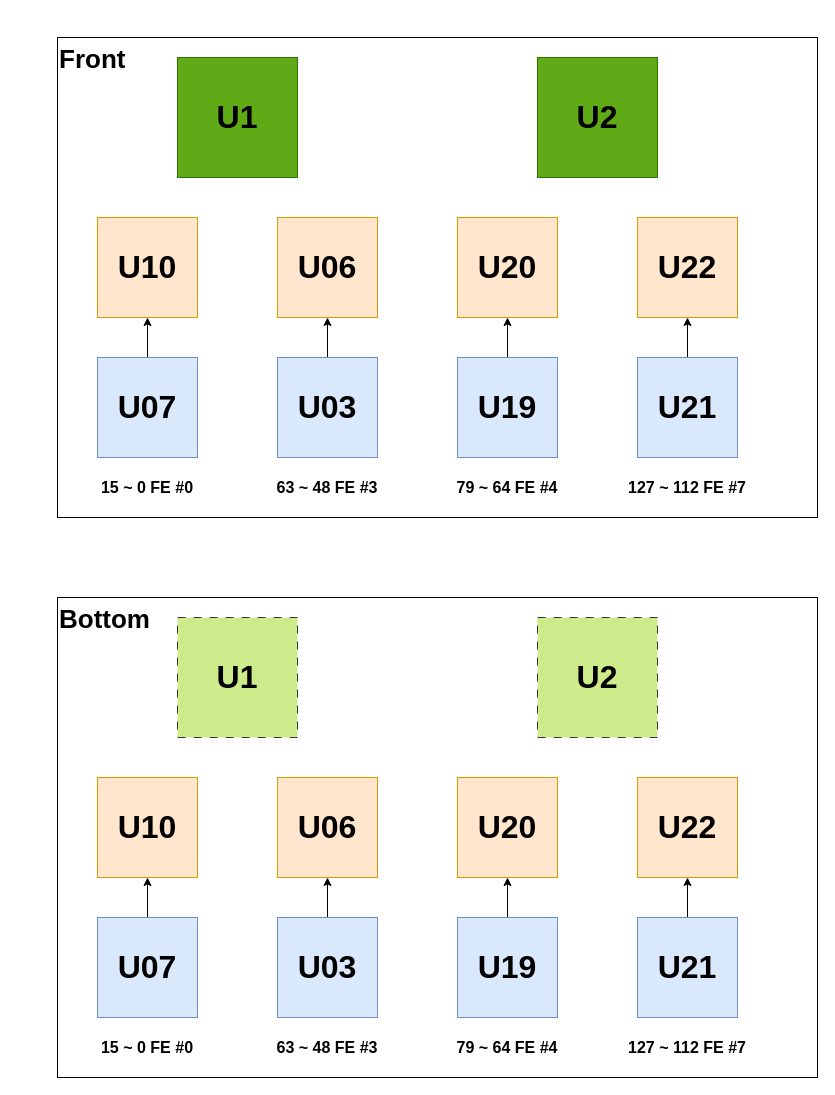
The draw.io diagram CE_Mapping.drawio in lkebnl/Draw_IO, before the edit. Source tidied: cells renumbered, new cells numbered last; positions are measured from the earlier drawing's top-left corner, leaving out a move shared by most shapes. Both pictures are drawn from the tidied source at 100%, with x=0, y=0 at pixel (57, 37).
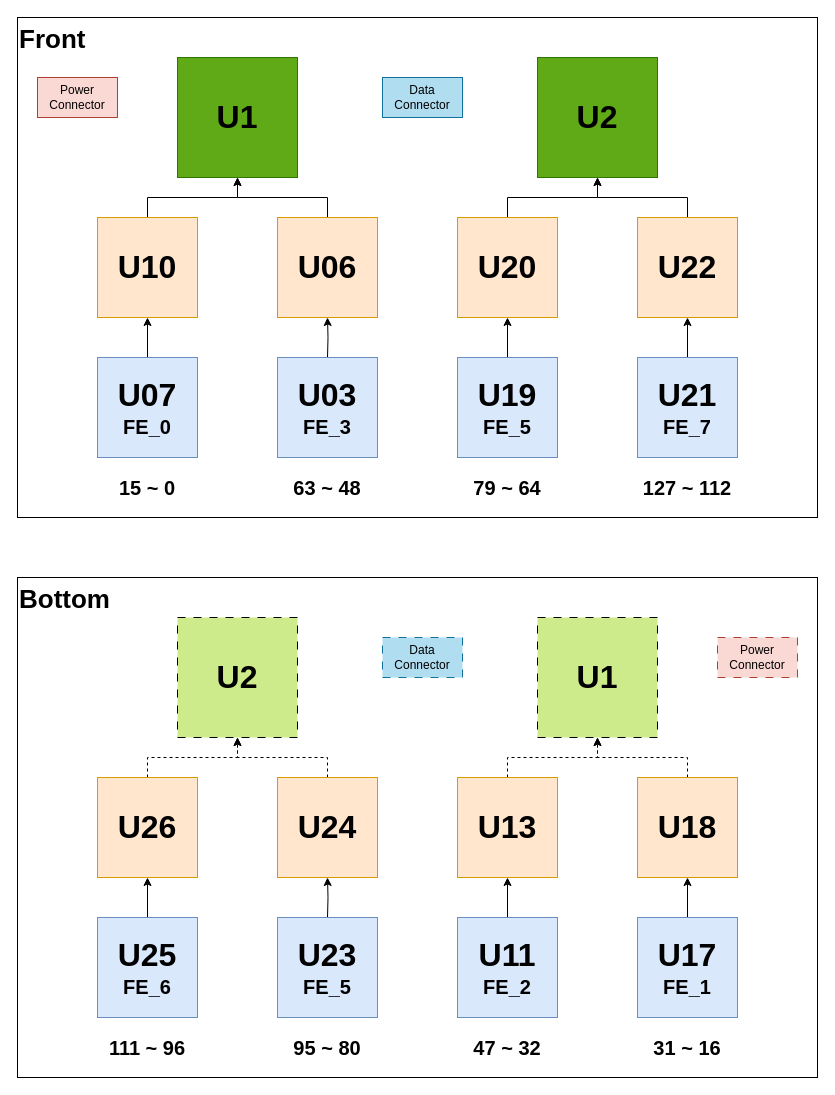
After the change.

The change refers to these unchanged cells:
```xml
<mxCell id="3" value="&lt;font style=&quot;font-size: 32px;&quot;&gt;&lt;b style=&quot;&quot;&gt;U1&lt;/b&gt;&lt;/font&gt;" style="rounded=0;whiteSpace=wrap;html=1;fillColor=#60a917;strokeColor=#2D7600;fontColor=#000000;" parent="1" vertex="1">
  <mxGeometry x="120" y="20" width="120" height="120" as="geometry" />
</mxCell>
<mxCell id="4" value="&lt;font style=&quot;font-size: 32px;&quot;&gt;&lt;b style=&quot;&quot;&gt;U2&lt;/b&gt;&lt;/font&gt;" style="rounded=0;whiteSpace=wrap;html=1;fillColor=#60a917;strokeColor=#2D7600;fontColor=#000000;" parent="1" vertex="1">
  <mxGeometry x="480" y="20" width="120" height="120" as="geometry" />
</mxCell>
<mxCell id="5" value="&lt;font style=&quot;font-size: 32px;&quot;&gt;&lt;b style=&quot;&quot;&gt;U10&lt;/b&gt;&lt;/font&gt;" style="rounded=0;whiteSpace=wrap;html=1;fillColor=#ffe6cc;strokeColor=#d79b00;" parent="1" vertex="1">
  <mxGeometry x="40" y="180" width="100" height="100" as="geometry" />
</mxCell>
<mxCell id="6" value="&lt;font style=&quot;font-size: 32px;&quot;&gt;&lt;b style=&quot;&quot;&gt;U06&lt;/b&gt;&lt;/font&gt;" style="rounded=0;whiteSpace=wrap;html=1;fillColor=#ffe6cc;strokeColor=#d79b00;" parent="1" vertex="1">
  <mxGeometry x="220" y="180" width="100" height="100" as="geometry" />
</mxCell>
<mxCell id="7" value="&lt;font style=&quot;font-size: 32px;&quot;&gt;&lt;b style=&quot;&quot;&gt;U20&lt;/b&gt;&lt;/font&gt;" style="rounded=0;whiteSpace=wrap;html=1;fillColor=#ffe6cc;strokeColor=#d79b00;" parent="1" vertex="1">
  <mxGeometry x="400" y="180" width="100" height="100" as="geometry" />
</mxCell>
<mxCell id="8" value="&lt;font style=&quot;font-size: 32px;&quot;&gt;&lt;b style=&quot;&quot;&gt;U22&lt;/b&gt;&lt;/font&gt;" style="rounded=0;whiteSpace=wrap;html=1;fillColor=#ffe6cc;strokeColor=#d79b00;" parent="1" vertex="1">
  <mxGeometry x="580" y="180" width="100" height="100" as="geometry" />
</mxCell>
```

Diff of the diagram source:
```diff
@@
     <mxCell id="2" value="Front" style="rounded=0;whiteSpace=wrap;html=1;align=left;verticalAlign=top;fontSize=26;fontStyle=1;" parent="1" vertex="1">
-      <mxGeometry width="760" height="480" as="geometry" />
+      <mxGeometry x="-40" y="-20" width="800" height="500" as="geometry" />
     </mxCell>
@@
+    <mxCell id="40" style="edgeStyle=orthogonalEdgeStyle;rounded=0;jettySize=auto;html=1;exitX=0.5;exitY=0;exitDx=0;exitDy=0;entryX=0.5;entryY=1;entryDx=0;entryDy=0;" parent="1" edge="1" source="5" target="3">
+      <mxGeometry relative="1" as="geometry" />
+    </mxCell>
@@
+    <mxCell id="41" style="edgeStyle=orthogonalEdgeStyle;rounded=0;jettySize=auto;html=1;exitX=0.5;exitY=0;exitDx=0;exitDy=0;entryX=0.5;entryY=1;entryDx=0;entryDy=0;" parent="1" edge="1" source="6" target="3">
+      <mxGeometry relative="1" as="geometry" />
+    </mxCell>
@@
+    <mxCell id="42" style="edgeStyle=orthogonalEdgeStyle;rounded=0;jettySize=auto;html=1;exitX=0.5;exitY=0;exitDx=0;exitDy=0;entryX=0.5;entryY=1;entryDx=0;entryDy=0;" parent="1" edge="1" source="7" target="4">
+      <mxGeometry relative="1" as="geometry" />
+    </mxCell>
@@
+    <mxCell id="43" style="edgeStyle=orthogonalEdgeStyle;rounded=0;jettySize=auto;html=1;exitX=0.5;exitY=0;exitDx=0;exitDy=0;entryX=0.5;entryY=1;entryDx=0;entryDy=0;" parent="1" edge="1" source="8" target="4">
+      <mxGeometry relative="1" as="geometry" />
+    </mxCell>
@@
-    <mxCell id="10" value="&lt;font style=&quot;font-size: 32px;&quot;&gt;&lt;b style=&quot;&quot;&gt;U07&lt;/b&gt;&lt;/font&gt;" style="rounded=0;whiteSpace=wrap;html=1;fillColor=#dae8fc;strokeColor=#6c8ebf;" parent="1" vertex="1">
+    <mxCell id="10" value="&lt;font style=&quot;font-size: 32px;&quot;&gt;&lt;b style=&quot;&quot;&gt;U07&lt;/b&gt;&lt;/font&gt;&lt;div&gt;&lt;b style=&quot;font-size: 20px; background-color: transparent; color: light-dark(rgb(0, 0, 0), rgb(255, 255, 255));&quot;&gt;FE_0&lt;/b&gt;&lt;/div&gt;" style="rounded=0;whiteSpace=wrap;html=1;fillColor=#dae8fc;strokeColor=#6c8ebf;" parent="1" vertex="1">
       <mxGeometry x="40" y="320" width="100" height="100" as="geometry" />
     </mxCell>
-    <mxCell id="11" style="edgeStyle=orthogonalEdgeStyle;rounded=0;jettySize=auto;html=1;exitX=0.5;exitY=0;exitDx=0;exitDy=0;entryX=0.5;entryY=1;entryDx=0;entryDy=0;" parent="1" edge="1" source="12" target="6">
-      <mxGeometry relative="1" as="geometry" />
+    <mxCell id="11" style="edgeStyle=orthogonalEdgeStyle;rounded=0;jettySize=auto;html=1;exitX=0.5;exitY=0;exitDx=0;exitDy=0;entryX=0.5;entryY=1;entryDx=0;entryDy=0;" parent="1" edge="1" target="6">
+      <mxGeometry relative="1" as="geometry">
+        <mxPoint x="270" y="320" as="sourcePoint" />
+      </mxGeometry>
     </mxCell>
-    <mxCell id="12" value="&lt;font style=&quot;font-size: 32px;&quot;&gt;&lt;b style=&quot;&quot;&gt;U03&lt;/b&gt;&lt;/font&gt;" style="rounded=0;whiteSpace=wrap;html=1;fillColor=#dae8fc;strokeColor=#6c8ebf;" parent="1" vertex="1">
-      <mxGeometry x="220" y="320" width="100" height="100" as="geometry" />
-    </mxCell>
@@
-    <mxCell id="14" value="&lt;font style=&quot;font-size: 32px;&quot;&gt;&lt;b style=&quot;&quot;&gt;U19&lt;/b&gt;&lt;/font&gt;" style="rounded=0;whiteSpace=wrap;html=1;fillColor=#dae8fc;strokeColor=#6c8ebf;" parent="1" vertex="1">
+    <mxCell id="14" value="&lt;font style=&quot;font-size: 32px;&quot;&gt;&lt;b style=&quot;&quot;&gt;U19&lt;/b&gt;&lt;/font&gt;&lt;div&gt;&lt;font style=&quot;font-size: 20px;&quot;&gt;&lt;b style=&quot;&quot;&gt;FE_5&lt;/b&gt;&lt;/font&gt;&lt;/div&gt;" style="rounded=0;whiteSpace=wrap;html=1;fillColor=#dae8fc;strokeColor=#6c8ebf;" parent="1" vertex="1">
       <mxGeometry x="400" y="320" width="100" height="100" as="geometry" />
     </mxCell>
@@
-    <mxCell id="16" value="&lt;font style=&quot;font-size: 32px;&quot;&gt;&lt;b style=&quot;&quot;&gt;U21&lt;/b&gt;&lt;/font&gt;" style="rounded=0;whiteSpace=wrap;html=1;fillColor=#dae8fc;strokeColor=#6c8ebf;" parent="1" vertex="1">
+    <mxCell id="16" value="&lt;font style=&quot;font-size: 32px;&quot;&gt;&lt;b style=&quot;&quot;&gt;U21&lt;/b&gt;&lt;/font&gt;&lt;div&gt;&lt;font style=&quot;font-size: 20px;&quot;&gt;&lt;b style=&quot;&quot;&gt;FE_7&lt;/b&gt;&lt;/font&gt;&lt;/div&gt;" style="rounded=0;whiteSpace=wrap;html=1;fillColor=#dae8fc;strokeColor=#6c8ebf;" parent="1" vertex="1">
       <mxGeometry x="580" y="320" width="100" height="100" as="geometry" />
     </mxCell>
-    <mxCell id="17" value="15 ~ 0 FE #0" style="rounded=0;whiteSpace=wrap;html=1;fontSize=16;fontStyle=1;strokeColor=none;fillColor=none;" parent="1" vertex="1">
+    <mxCell id="17" value="15 ~ 0" style="rounded=0;whiteSpace=wrap;html=1;fontSize=20;fontStyle=1;strokeColor=none;fillColor=none;" parent="1" vertex="1">
       <mxGeometry x="10" y="440" width="160" height="20" as="geometry" />
     </mxCell>
-    <mxCell id="18" value="63 ~ 48 FE #3" style="rounded=0;whiteSpace=wrap;html=1;fontSize=16;fontStyle=1;strokeColor=none;fillColor=none;" parent="1" vertex="1">
+    <mxCell id="18" value="63 ~ 48" style="rounded=0;whiteSpace=wrap;html=1;fontSize=20;fontStyle=1;strokeColor=none;fillColor=none;" parent="1" vertex="1">
       <mxGeometry x="190" y="440" width="160" height="20" as="geometry" />
     </mxCell>
-    <mxCell id="19" value="79 ~ 64 FE #4" style="rounded=0;whiteSpace=wrap;html=1;fontSize=16;fontStyle=1;strokeColor=none;fillColor=none;" parent="1" vertex="1">
+    <mxCell id="19" value="79 ~ 64" style="rounded=0;whiteSpace=wrap;html=1;fontSize=20;fontStyle=1;strokeColor=none;fillColor=none;" parent="1" vertex="1">
       <mxGeometry x="370" y="440" width="160" height="20" as="geometry" />
     </mxCell>
-    <mxCell id="20" value="127 ~ 112 FE #7" style="rounded=0;whiteSpace=wrap;html=1;fontSize=16;fontStyle=1;strokeColor=none;fillColor=none;" parent="1" vertex="1">
+    <mxCell id="20" value="127 ~ 112" style="rounded=0;whiteSpace=wrap;html=1;fontSize=20;fontStyle=1;strokeColor=none;fillColor=none;" parent="1" vertex="1">
       <mxGeometry x="550" y="440" width="160" height="20" as="geometry" />
     </mxCell>
+    <mxCell id="44" value="&lt;font style=&quot;font-size: 32px;&quot;&gt;&lt;b style=&quot;&quot;&gt;U03&lt;/b&gt;&lt;/font&gt;&lt;div&gt;&lt;b style=&quot;font-size: 20px; background-color: transparent; color: light-dark(rgb(0, 0, 0), rgb(255, 255, 255));&quot;&gt;FE_3&lt;/b&gt;&lt;/div&gt;" style="rounded=0;whiteSpace=wrap;html=1;fillColor=#dae8fc;strokeColor=#6c8ebf;" parent="1" vertex="1">
+      <mxGeometry x="220" y="320" width="100" height="100" as="geometry" />
+    </mxCell>
+    <mxCell id="45" value="Power Connector" style="rounded=0;whiteSpace=wrap;html=1;fillColor=#fad9d5;strokeColor=#ae4132;" parent="1" vertex="1">
+      <mxGeometry x="-20" y="40" width="80" height="40" as="geometry" />
+    </mxCell>
+    <mxCell id="46" value="Data Connector" style="rounded=0;whiteSpace=wrap;html=1;fillColor=#b1ddf0;strokeColor=#10739e;" parent="1" vertex="1">
+      <mxGeometry x="325" y="40" width="80" height="40" as="geometry" />
+    </mxCell>
     <mxCell id="21" value="Bottom" style="rounded=0;whiteSpace=wrap;html=1;align=left;verticalAlign=top;fontSize=26;fontStyle=1;" parent="1" vertex="1">
-      <mxGeometry y="560" width="760" height="480" as="geometry" />
+      <mxGeometry x="-40" y="540" width="800" height="500" as="geometry" />
     </mxCell>
+    <mxCell id="23" value="&lt;font style=&quot;font-size: 32px;&quot;&gt;&lt;b style=&quot;&quot;&gt;U2&lt;/b&gt;&lt;/font&gt;" style="rounded=0;whiteSpace=wrap;html=1;fillColor=#cdeb8b;strokeColor=default;gradientColor=none;dashed=1;dashPattern=8 8;" parent="1" vertex="1">
+      <mxGeometry x="120" y="580" width="120" height="120" as="geometry" />
+    </mxCell>
-    <mxCell id="22" value="&lt;font style=&quot;font-size: 32px;&quot;&gt;&lt;b style=&quot;&quot;&gt;U1&lt;/b&gt;&lt;/font&gt;" style="rounded=0;whiteSpace=wrap;html=1;fillColor=#cdeb8b;strokeColor=#36393d;dashed=1;dashPattern=8 8;" parent="1" vertex="1">
-      <mxGeometry x="120" y="580" width="120" height="120" as="geometry" />
+    <mxCell id="22" value="&lt;font style=&quot;font-size: 32px;&quot;&gt;&lt;b style=&quot;&quot;&gt;U1&lt;/b&gt;&lt;/font&gt;" style="rounded=0;whiteSpace=wrap;html=1;fillColor=#cdeb8b;strokeColor=default;gradientColor=none;dashed=1;dashPattern=8 8;" parent="1" vertex="1">
+      <mxGeometry x="480" y="580" width="120" height="120" as="geometry" />
     </mxCell>
-    <mxCell id="23" value="&lt;font style=&quot;font-size: 32px;&quot;&gt;&lt;b style=&quot;&quot;&gt;U2&lt;/b&gt;&lt;/font&gt;" style="rounded=0;whiteSpace=wrap;html=1;fillColor=#cdeb8b;strokeColor=#36393d;dashed=1;dashPattern=8 8;" parent="1" vertex="1">
-      <mxGeometry x="480" y="580" width="120" height="120" as="geometry" />
-    </mxCell>
-    <mxCell id="24" value="&lt;font style=&quot;font-size: 32px;&quot;&gt;&lt;b style=&quot;&quot;&gt;U10&lt;/b&gt;&lt;/font&gt;" style="rounded=0;whiteSpace=wrap;html=1;fillColor=#ffe6cc;strokeColor=#d79b00;" parent="1" vertex="1">
-      <mxGeometry x="40" y="740" width="100" height="100" as="geometry" />
-    </mxCell>
-    <mxCell id="25" value="&lt;font style=&quot;font-size: 32px;&quot;&gt;&lt;b style=&quot;&quot;&gt;U06&lt;/b&gt;&lt;/font&gt;" style="rounded=0;whiteSpace=wrap;html=1;fillColor=#ffe6cc;strokeColor=#d79b00;" parent="1" vertex="1">
-      <mxGeometry x="220" y="740" width="100" height="100" as="geometry" />
-    </mxCell>
-    <mxCell id="26" value="&lt;font style=&quot;font-size: 32px;&quot;&gt;&lt;b style=&quot;&quot;&gt;U20&lt;/b&gt;&lt;/font&gt;" style="rounded=0;whiteSpace=wrap;html=1;fillColor=#ffe6cc;strokeColor=#d79b00;" parent="1" vertex="1">
-      <mxGeometry x="400" y="740" width="100" height="100" as="geometry" />
-    </mxCell>
-    <mxCell id="27" value="&lt;font style=&quot;font-size: 32px;&quot;&gt;&lt;b style=&quot;&quot;&gt;U22&lt;/b&gt;&lt;/font&gt;" style="rounded=0;whiteSpace=wrap;html=1;fillColor=#ffe6cc;strokeColor=#d79b00;" parent="1" vertex="1">
-      <mxGeometry x="580" y="740" width="100" height="100" as="geometry" />
-    </mxCell>
-    <mxCell id="28" style="edgeStyle=orthogonalEdgeStyle;rounded=0;jettySize=auto;html=1;exitX=0.5;exitY=0;exitDx=0;exitDy=0;entryX=0.5;entryY=1;entryDx=0;entryDy=0;" parent="1" edge="1" source="29" target="24">
-      <mxGeometry relative="1" as="geometry" />
-    </mxCell>
-    <mxCell id="29" value="&lt;font style=&quot;font-size: 32px;&quot;&gt;&lt;b style=&quot;&quot;&gt;U07&lt;/b&gt;&lt;/font&gt;" style="rounded=0;whiteSpace=wrap;html=1;fillColor=#dae8fc;strokeColor=#6c8ebf;" parent="1" vertex="1">
-      <mxGeometry x="40" y="880" width="100" height="100" as="geometry" />
-    </mxCell>
-    <mxCell id="30" style="edgeStyle=orthogonalEdgeStyle;rounded=0;jettySize=auto;html=1;exitX=0.5;exitY=0;exitDx=0;exitDy=0;entryX=0.5;entryY=1;entryDx=0;entryDy=0;" parent="1" edge="1" source="31" target="25">
-      <mxGeometry relative="1" as="geometry" />
-    </mxCell>
-    <mxCell id="31" value="&lt;font style=&quot;font-size: 32px;&quot;&gt;&lt;b style=&quot;&quot;&gt;U03&lt;/b&gt;&lt;/font&gt;" style="rounded=0;whiteSpace=wrap;html=1;fillColor=#dae8fc;strokeColor=#6c8ebf;" parent="1" vertex="1">
-      <mxGeometry x="220" y="880" width="100" height="100" as="geometry" />
-    </mxCell>
-    <mxCell id="32" style="edgeStyle=orthogonalEdgeStyle;rounded=0;jettySize=auto;html=1;exitX=0.5;exitY=0;exitDx=0;exitDy=0;entryX=0.5;entryY=1;entryDx=0;entryDy=0;" parent="1" edge="1" source="33" target="26">
-      <mxGeometry relative="1" as="geometry" />
-    </mxCell>
-    <mxCell id="33" value="&lt;font style=&quot;font-size: 32px;&quot;&gt;&lt;b style=&quot;&quot;&gt;U19&lt;/b&gt;&lt;/font&gt;" style="rounded=0;whiteSpace=wrap;html=1;fillColor=#dae8fc;strokeColor=#6c8ebf;" parent="1" vertex="1">
-      <mxGeometry x="400" y="880" width="100" height="100" as="geometry" />
-    </mxCell>
-    <mxCell id="34" style="edgeStyle=orthogonalEdgeStyle;rounded=0;jettySize=auto;html=1;exitX=0.5;exitY=0;exitDx=0;exitDy=0;entryX=0.5;entryY=1;entryDx=0;entryDy=0;" parent="1" edge="1" source="35" target="27">
-      <mxGeometry relative="1" as="geometry" />
-    </mxCell>
-    <mxCell id="35" value="&lt;font style=&quot;font-size: 32px;&quot;&gt;&lt;b style=&quot;&quot;&gt;U21&lt;/b&gt;&lt;/font&gt;" style="rounded=0;whiteSpace=wrap;html=1;fillColor=#dae8fc;strokeColor=#6c8ebf;" parent="1" vertex="1">
-      <mxGeometry x="580" y="880" width="100" height="100" as="geometry" />
-    </mxCell>
-    <mxCell id="36" value="15 ~ 0 FE #0" style="rounded=0;whiteSpace=wrap;html=1;fontSize=16;fontStyle=1;strokeColor=none;fillColor=none;" parent="1" vertex="1">
-      <mxGeometry x="10" y="1000" width="160" height="20" as="geometry" />
-    </mxCell>
-    <mxCell id="37" value="63 ~ 48 FE #3" style="rounded=0;whiteSpace=wrap;html=1;fontSize=16;fontStyle=1;strokeColor=none;fillColor=none;" parent="1" vertex="1">
-      <mxGeometry x="190" y="1000" width="160" height="20" as="geometry" />
-    </mxCell>
-    <mxCell id="38" value="79 ~ 64 FE #4" style="rounded=0;whiteSpace=wrap;html=1;fontSize=16;fontStyle=1;strokeColor=none;fillColor=none;" parent="1" vertex="1">
-      <mxGeometry x="370" y="1000" width="160" height="20" as="geometry" />
-    </mxCell>
-    <mxCell id="39" value="127 ~ 112 FE #7" style="rounded=0;whiteSpace=wrap;html=1;fontSize=16;fontStyle=1;strokeColor=none;fillColor=none;" parent="1" vertex="1">
-      <mxGeometry x="550" y="1000" width="160" height="20" as="geometry" />
-    </mxCell>
+    <mxCell id="47" style="edgeStyle=orthogonalEdgeStyle;rounded=0;jettySize=auto;html=1;exitX=0.5;exitY=0;exitDx=0;exitDy=0;entryX=0.5;entryY=1;entryDx=0;entryDy=0;dashed=1;" parent="1" edge="1" source="48" target="23">
+      <mxGeometry relative="1" as="geometry" />
+    </mxCell>
+    <mxCell id="48" value="&lt;font style=&quot;font-size: 32px;&quot;&gt;&lt;b style=&quot;&quot;&gt;U26&lt;/b&gt;&lt;/font&gt;" style="rounded=0;whiteSpace=wrap;html=1;fillColor=#ffe6cc;strokeColor=#d79b00;" parent="1" vertex="1">
+      <mxGeometry x="40" y="740" width="100" height="100" as="geometry" />
+    </mxCell>
+    <mxCell id="49" style="edgeStyle=orthogonalEdgeStyle;rounded=0;jettySize=auto;html=1;exitX=0.5;exitY=0;exitDx=0;exitDy=0;entryX=0.5;entryY=1;entryDx=0;entryDy=0;dashed=1;" parent="1" edge="1" source="50" target="23">
+      <mxGeometry relative="1" as="geometry" />
+    </mxCell>
+    <mxCell id="50" value="&lt;font style=&quot;font-size: 32px;&quot;&gt;&lt;b style=&quot;&quot;&gt;U24&lt;/b&gt;&lt;/font&gt;" style="rounded=0;whiteSpace=wrap;html=1;fillColor=#ffe6cc;strokeColor=#d79b00;" parent="1" vertex="1">
+      <mxGeometry x="220" y="740" width="100" height="100" as="geometry" />
+    </mxCell>
+    <mxCell id="51" style="edgeStyle=orthogonalEdgeStyle;rounded=0;jettySize=auto;html=1;exitX=0.5;exitY=0;exitDx=0;exitDy=0;entryX=0.5;entryY=1;entryDx=0;entryDy=0;dashed=1;" parent="1" edge="1" source="52" target="22">
+      <mxGeometry relative="1" as="geometry" />
+    </mxCell>
+    <mxCell id="52" value="&lt;font style=&quot;font-size: 32px;&quot;&gt;&lt;b style=&quot;&quot;&gt;U13&lt;/b&gt;&lt;/font&gt;" style="rounded=0;whiteSpace=wrap;html=1;fillColor=#ffe6cc;strokeColor=#d79b00;" parent="1" vertex="1">
+      <mxGeometry x="400" y="740" width="100" height="100" as="geometry" />
+    </mxCell>
+    <mxCell id="53" style="edgeStyle=orthogonalEdgeStyle;rounded=0;jettySize=auto;html=1;exitX=0.5;exitY=0;exitDx=0;exitDy=0;entryX=0.5;entryY=1;entryDx=0;entryDy=0;dashed=1;" parent="1" edge="1" source="54" target="22">
+      <mxGeometry relative="1" as="geometry" />
+    </mxCell>
+    <mxCell id="54" value="&lt;font style=&quot;font-size: 32px;&quot;&gt;&lt;b style=&quot;&quot;&gt;U18&lt;/b&gt;&lt;/font&gt;" style="rounded=0;whiteSpace=wrap;html=1;fillColor=#ffe6cc;strokeColor=#d79b00;" parent="1" vertex="1">
+      <mxGeometry x="580" y="740" width="100" height="100" as="geometry" />
+    </mxCell>
+    <mxCell id="55" style="edgeStyle=orthogonalEdgeStyle;rounded=0;jettySize=auto;html=1;exitX=0.5;exitY=0;exitDx=0;exitDy=0;entryX=0.5;entryY=1;entryDx=0;entryDy=0;" parent="1" edge="1" source="56" target="48">
+      <mxGeometry relative="1" as="geometry" />
+    </mxCell>
+    <mxCell id="56" value="&lt;font style=&quot;font-size: 32px;&quot;&gt;&lt;b style=&quot;&quot;&gt;U25&lt;/b&gt;&lt;/font&gt;&lt;div&gt;&lt;b style=&quot;background-color: transparent; color: light-dark(rgb(0, 0, 0), rgb(255, 255, 255)); font-size: 20px;&quot;&gt;FE_6&lt;/b&gt;&lt;/div&gt;" style="rounded=0;whiteSpace=wrap;html=1;fillColor=#dae8fc;strokeColor=#6c8ebf;" parent="1" vertex="1">
+      <mxGeometry x="40" y="880" width="100" height="100" as="geometry" />
+    </mxCell>
+    <mxCell id="57" style="edgeStyle=orthogonalEdgeStyle;rounded=0;jettySize=auto;html=1;exitX=0.5;exitY=0;exitDx=0;exitDy=0;entryX=0.5;entryY=1;entryDx=0;entryDy=0;" parent="1" edge="1" target="50">
+      <mxGeometry relative="1" as="geometry">
+        <mxPoint x="270" y="880" as="sourcePoint" />
+      </mxGeometry>
+    </mxCell>
+    <mxCell id="58" style="edgeStyle=orthogonalEdgeStyle;rounded=0;jettySize=auto;html=1;exitX=0.5;exitY=0;exitDx=0;exitDy=0;entryX=0.5;entryY=1;entryDx=0;entryDy=0;" parent="1" edge="1" source="59" target="52">
+      <mxGeometry relative="1" as="geometry" />
+    </mxCell>
+    <mxCell id="59" value="&lt;font style=&quot;font-size: 32px;&quot;&gt;&lt;b style=&quot;&quot;&gt;U11&lt;/b&gt;&lt;/font&gt;&lt;div&gt;&lt;font style=&quot;font-size: 20px;&quot;&gt;&lt;b style=&quot;&quot;&gt;FE_2&lt;/b&gt;&lt;/font&gt;&lt;/div&gt;" style="rounded=0;whiteSpace=wrap;html=1;fillColor=#dae8fc;strokeColor=#6c8ebf;" parent="1" vertex="1">
+      <mxGeometry x="400" y="880" width="100" height="100" as="geometry" />
+    </mxCell>
+    <mxCell id="60" style="edgeStyle=orthogonalEdgeStyle;rounded=0;jettySize=auto;html=1;exitX=0.5;exitY=0;exitDx=0;exitDy=0;entryX=0.5;entryY=1;entryDx=0;entryDy=0;" parent="1" edge="1" source="61" target="54">
+      <mxGeometry relative="1" as="geometry" />
+    </mxCell>
+    <mxCell id="61" value="&lt;font style=&quot;font-size: 32px;&quot;&gt;&lt;b style=&quot;&quot;&gt;U17&lt;/b&gt;&lt;/font&gt;&lt;div&gt;&lt;b style=&quot;font-size: 20px; background-color: transparent; color: light-dark(rgb(0, 0, 0), rgb(255, 255, 255));&quot;&gt;FE_1&lt;/b&gt;&lt;/div&gt;" style="rounded=0;whiteSpace=wrap;html=1;fillColor=#dae8fc;strokeColor=#6c8ebf;" parent="1" vertex="1">
+      <mxGeometry x="580" y="880" width="100" height="100" as="geometry" />
+    </mxCell>
+    <mxCell id="62" value="111 ~ 96" style="rounded=0;whiteSpace=wrap;html=1;fontSize=20;fontStyle=1;strokeColor=none;fillColor=none;" parent="1" vertex="1">
+      <mxGeometry x="10" y="1000" width="160" height="20" as="geometry" />
+    </mxCell>
+    <mxCell id="63" value="95 ~ 80" style="rounded=0;whiteSpace=wrap;html=1;fontSize=20;fontStyle=1;strokeColor=none;fillColor=none;" parent="1" vertex="1">
+      <mxGeometry x="190" y="1000" width="160" height="20" as="geometry" />
+    </mxCell>
+    <mxCell id="64" value="47 ~ 32" style="rounded=0;whiteSpace=wrap;html=1;fontSize=20;fontStyle=1;strokeColor=none;fillColor=none;" parent="1" vertex="1">
+      <mxGeometry x="370" y="1000" width="160" height="20" as="geometry" />
+    </mxCell>
+    <mxCell id="65" value="31 ~ 16" style="rounded=0;whiteSpace=wrap;html=1;fontSize=20;fontStyle=1;strokeColor=none;fillColor=none;" parent="1" vertex="1">
+      <mxGeometry x="550" y="1000" width="160" height="20" as="geometry" />
+    </mxCell>
+    <mxCell id="66" value="&lt;font style=&quot;font-size: 32px;&quot;&gt;&lt;b style=&quot;&quot;&gt;U23&lt;/b&gt;&lt;/font&gt;&lt;div&gt;&lt;b style=&quot;font-size: 20px; background-color: transparent; color: light-dark(rgb(0, 0, 0), rgb(255, 255, 255));&quot;&gt;FE_5&lt;/b&gt;&lt;/div&gt;" style="rounded=0;whiteSpace=wrap;html=1;fillColor=#dae8fc;strokeColor=#6c8ebf;" parent="1" vertex="1">
+      <mxGeometry x="220" y="880" width="100" height="100" as="geometry" />
+    </mxCell>
+    <mxCell id="67" value="Power Connector" style="rounded=0;whiteSpace=wrap;html=1;fillColor=#fad9d5;strokeColor=#ae4132;dashed=1;dashPattern=8 8;" parent="1" vertex="1">
+      <mxGeometry x="660" y="600" width="80" height="40" as="geometry" />
+    </mxCell>
+    <mxCell id="68" value="Data Connector" style="rounded=0;whiteSpace=wrap;html=1;fillColor=#b1ddf0;strokeColor=#10739e;dashed=1;dashPattern=8 8;" parent="1" vertex="1">
+      <mxGeometry x="325" y="600" width="80" height="40" as="geometry" />
+    </mxCell>
```
